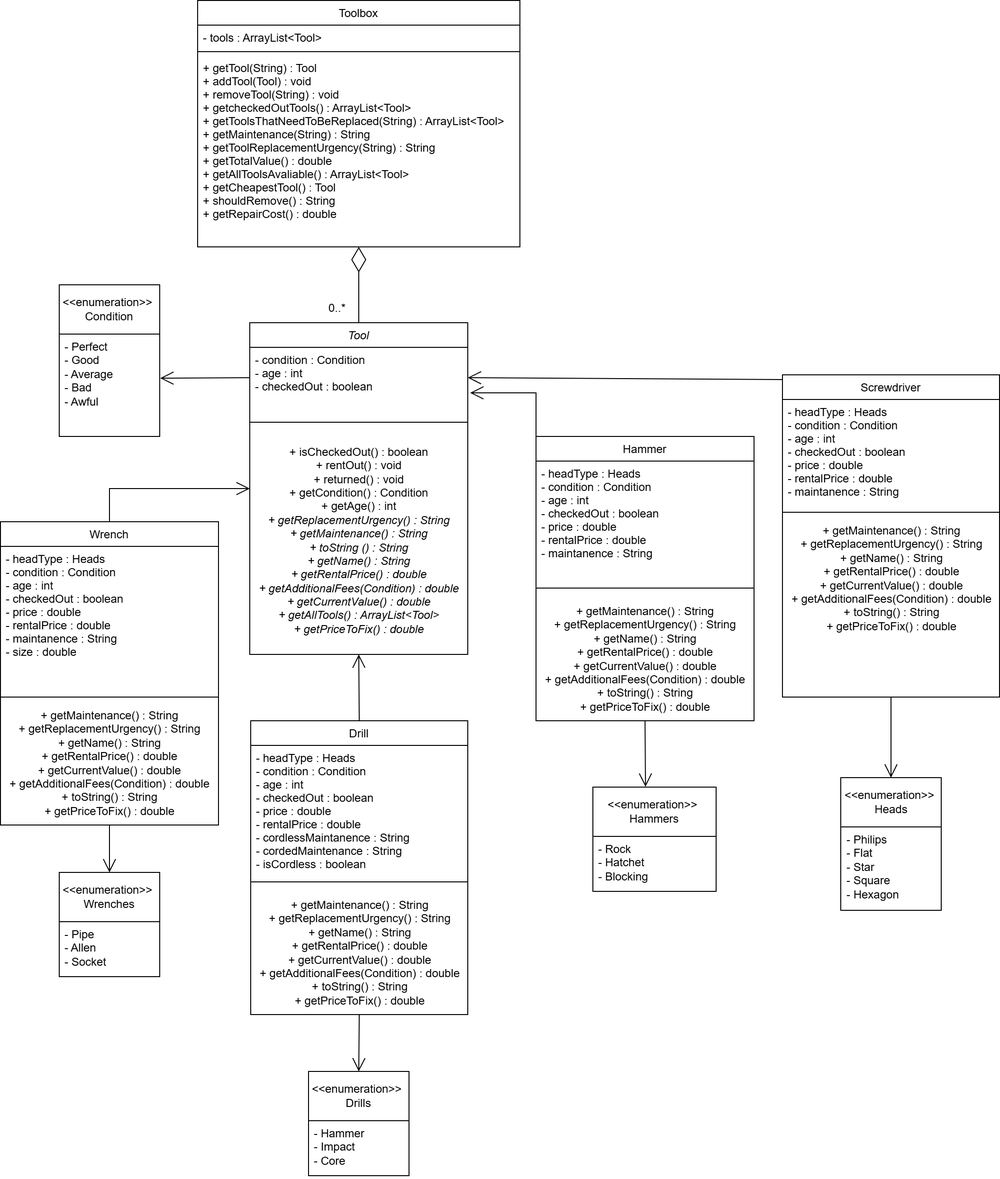
SACHSTech/2-14-oop-design-project-Preston-Wong keeps this draw.io diagram as src/Assignment/2-14-oop-design.drawio.png. Above is the earlier version. Source tidied: cells renumbered, new cells last; positions are measured from the earlier drawing's top-left corner, leaving out a move shared by most shapes.
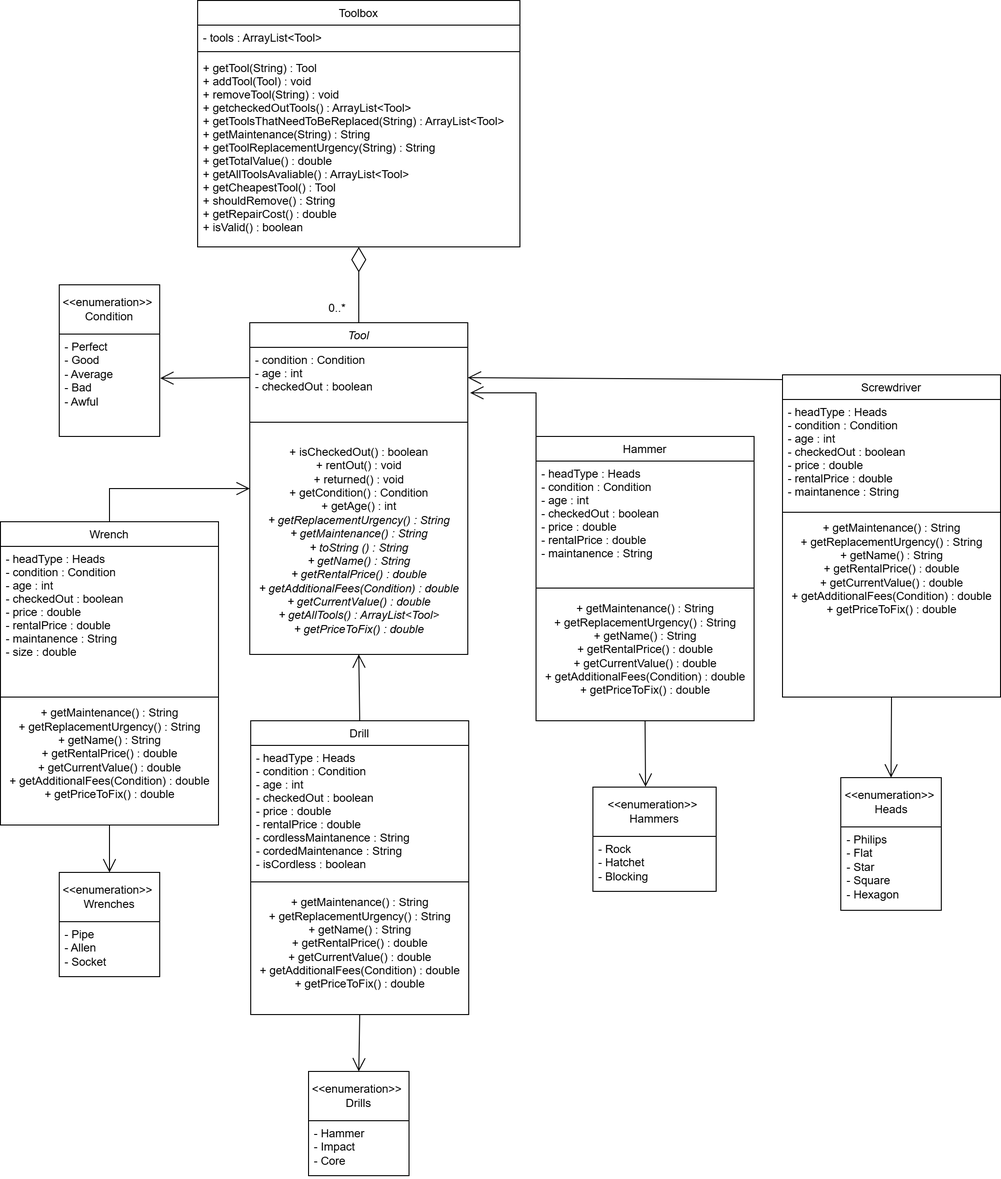
After the commit.

Commit message:
updated UML diagram and updated coding format

Diff of the diagram source:
```diff
@@ -11,7 +11,7 @@
     <mxCell id="4" style="line;html=1;strokeWidth=1;align=left;verticalAlign=middle;spacingTop=-1;spacingLeft=3;spacingRight=3;labelPosition=right;" parent="2" vertex="1">
       <mxGeometry y="50" width="340" height="8" as="geometry" />
     </mxCell>
-    <mxCell id="5" value="+ getTool(String) : Tool&#10;+ addTool(Tool) : void&#10;+ removeTool(String) : void&#10;+ getcheckedOutTools() : ArrayList&lt;Tool&gt;&#10;+ getToolsThatNeedToBeReplaced(String) : ArrayList&lt;Tool&gt;&#10;+ getMaintenance(String) : String&#10;+ getToolReplacementUrgency(String) : String&#10;+ getTotalValue() : double&#10;+ getAllToolsAvaliable() : ArrayList&lt;Tool&gt;&#10;+ getCheapestTool() : Tool&#10;+ shouldRemove() : String&#10;+ getRepairCost() : double" style="text;align=left;verticalAlign=top;spacingLeft=4;spacingRight=4;overflow=hidden;" parent="2" vertex="1">
+    <mxCell id="5" value="+ getTool(String) : Tool&#10;+ addTool(Tool) : void&#10;+ removeTool(String) : void&#10;+ getcheckedOutTools() : ArrayList&lt;Tool&gt;&#10;+ getToolsThatNeedToBeReplaced(String) : ArrayList&lt;Tool&gt;&#10;+ getMaintenance(String) : String&#10;+ getToolReplacementUrgency(String) : String&#10;+ getTotalValue() : double&#10;+ getAllToolsAvaliable() : ArrayList&lt;Tool&gt;&#10;+ getCheapestTool() : Tool&#10;+ shouldRemove() : String&#10;+ getRepairCost() : double&#10;+ isValid() : boolean" style="text;align=left;verticalAlign=top;spacingLeft=4;spacingRight=4;overflow=hidden;" parent="2" vertex="1">
       <mxGeometry y="58" width="340" height="202" as="geometry" />
     </mxCell>
     <mxCell id="6" value="Tool" style="swimlane;fontStyle=2;align=center;verticalAlign=top;horizontal=1;startSize=26;rounded=0;shadow=0;strokeWidth=1;" parent="1" vertex="1">
@@ -27,16 +27,16 @@
       <mxGeometry y="120" width="230" height="220" as="geometry" />
     </mxCell>
     <mxCell id="10" value="Screwdriver" style="swimlane;fontStyle=0;align=center;verticalAlign=top;horizontal=1;startSize=26;rounded=0;shadow=0;strokeWidth=1;" parent="1" vertex="1">
-      <mxGeometry x="825" y="395" width="229" height="340" as="geometry" />
+      <mxGeometry x="825" y="395" width="230" height="340" as="geometry" />
     </mxCell>
     <mxCell id="11" value="- headType : Heads&#10;- condition : Condition&#10;- age : int&#10;- checkedOut : boolean&#10;- price : double&#10;- rentalPrice : double&#10;- maintanence : String&#10;" style="text;align=left;verticalAlign=top;spacingLeft=4;spacingRight=4;overflow=hidden;points=[[0,0.5],[1,0.5]];portConstraint=eastwest;" parent="10" vertex="1">
-      <mxGeometry y="26" width="229" height="114" as="geometry" />
+      <mxGeometry y="26" width="230" height="114" as="geometry" />
     </mxCell>
     <mxCell id="12" style="line;html=1;strokeWidth=1;align=left;verticalAlign=middle;spacingTop=-1;spacingLeft=3;spacingRight=3;labelPosition=right;" parent="10" vertex="1">
-      <mxGeometry y="140" width="229" height="10" as="geometry" />
+      <mxGeometry y="140" width="230" height="10" as="geometry" />
     </mxCell>
-    <mxCell id="13" value="&lt;div&gt;+ getMaintenance() : String&lt;br&gt;&lt;div&gt;+ getReplacementUrgency() : String&lt;/div&gt;&lt;/div&gt;&lt;div&gt;+ getName() : String&lt;/div&gt;&lt;div&gt;&lt;span style=&quot;background-color: transparent; color: light-dark(rgb(0, 0, 0), rgb(255, 255, 255));&quot;&gt;+ getRentalPrice() : double&lt;/span&gt;&lt;/div&gt;&lt;div&gt;+ getCurrentValue() : double&lt;/div&gt;&lt;div&gt;+ getAdditionalFees(Condition) : double&lt;/div&gt;&lt;div&gt;+ toString() : String&lt;/div&gt;&lt;div&gt;+ getPriceToFix() : double&lt;/div&gt;" style="text;html=1;align=center;verticalAlign=middle;strokeColor=none;fillColor=none;" parent="10" vertex="1">
-      <mxGeometry y="150" width="229" height="130" as="geometry" />
+    <mxCell id="13" value="&lt;div&gt;+ getMaintenance() : String&lt;br&gt;&lt;div&gt;+ getReplacementUrgency() : String&lt;/div&gt;&lt;/div&gt;&lt;div&gt;+ getName() : String&lt;/div&gt;&lt;div&gt;&lt;span style=&quot;background-color: transparent; color: light-dark(rgb(0, 0, 0), rgb(255, 255, 255));&quot;&gt;+ getRentalPrice() : double&lt;/span&gt;&lt;/div&gt;&lt;div&gt;+ getCurrentValue() : double&lt;/div&gt;&lt;div&gt;+ getAdditionalFees(Condition) : double&lt;/div&gt;&lt;div&gt;&lt;span style=&quot;background-color: transparent; color: light-dark(rgb(0, 0, 0), rgb(255, 255, 255));&quot;&gt;+ getPriceToFix() : double&lt;/span&gt;&lt;/div&gt;" style="text;html=1;align=center;verticalAlign=middle;strokeColor=none;fillColor=none;" parent="10" vertex="1">
+      <mxGeometry y="150" width="230" height="110" as="geometry" />
     </mxCell>
     <mxCell id="14" value="Hammer" style="swimlane;fontStyle=0;align=center;verticalAlign=top;horizontal=1;startSize=26;rounded=0;shadow=0;strokeWidth=1;" parent="1" vertex="1">
       <mxGeometry x="565" y="460" width="230" height="300" as="geometry" />
@@ -47,8 +47,8 @@
     <mxCell id="16" style="line;html=1;strokeWidth=1;align=left;verticalAlign=middle;spacingTop=-1;spacingLeft=3;spacingRight=3;labelPosition=right;" parent="14" vertex="1">
       <mxGeometry y="150" width="230" height="20" as="geometry" />
     </mxCell>
-    <mxCell id="17" value="&lt;div&gt;+ getMaintenance() : String&lt;br&gt;&lt;div&gt;+ getReplacementUrgency() : String&lt;/div&gt;&lt;/div&gt;&lt;div&gt;+ getName() : String&lt;/div&gt;&lt;div&gt;+ getRentalPrice() : double&lt;/div&gt;&lt;div&gt;+ getCurrentValue() : double&lt;/div&gt;&lt;div&gt;+ getAdditionalFees(Condition) : double&lt;/div&gt;&lt;div&gt;+ toString() : String&lt;/div&gt;&lt;div&gt;+ getPriceToFix() : double&lt;/div&gt;" style="text;html=1;align=center;verticalAlign=middle;strokeColor=none;fillColor=none;" parent="14" vertex="1">
-      <mxGeometry y="170" width="230" height="130" as="geometry" />
+    <mxCell id="17" value="&lt;div&gt;+ getMaintenance() : String&lt;br&gt;&lt;div&gt;+ getReplacementUrgency() : String&lt;/div&gt;&lt;/div&gt;&lt;div&gt;+ getName() : String&lt;/div&gt;&lt;div&gt;+ getRentalPrice() : double&lt;/div&gt;&lt;div&gt;+ getCurrentValue() : double&lt;/div&gt;&lt;div&gt;+ getAdditionalFees(Condition) : double&lt;/div&gt;&lt;div&gt;+ getPriceToFix() : double&lt;/div&gt;" style="text;html=1;align=center;verticalAlign=middle;strokeColor=none;fillColor=none;" parent="14" vertex="1">
+      <mxGeometry y="170" width="230" height="110" as="geometry" />
     </mxCell>
     <mxCell id="18" style="endArrow=open;endFill=1;endSize=12;html=1;rounded=0;exitX=0;exitY=0.5;exitDx=0;exitDy=0;entryX=1;entryY=0.5;entryDx=0;entryDy=0;" parent="1" edge="1" source="11" target="7">
       <mxGeometry relative="1" as="geometry">
@@ -79,20 +79,20 @@
     <mxCell id="24" style="line;html=1;strokeWidth=1;align=left;verticalAlign=middle;spacingTop=-1;spacingLeft=3;spacingRight=3;labelPosition=right;" parent="22" vertex="1">
       <mxGeometry y="180" width="230" height="10" as="geometry" />
     </mxCell>
-    <mxCell id="25" value="&lt;div&gt;+ getMaintenance() : String&lt;br&gt;&lt;div&gt;+ getReplacementUrgency() : String&lt;/div&gt;&lt;/div&gt;&lt;div&gt;+ getName() : String&lt;/div&gt;&lt;div&gt;&lt;span style=&quot;background-color: transparent; color: light-dark(rgb(0, 0, 0), rgb(255, 255, 255));&quot;&gt;+ getRentalPrice() : double&lt;/span&gt;&lt;/div&gt;&lt;div&gt;+ getCurrentValue() : double&lt;/div&gt;&lt;div&gt;+ getAdditionalFees(Condition) : double&lt;/div&gt;&lt;div&gt;+ toString() : String&lt;br&gt;&lt;/div&gt;&lt;div&gt;+ getPriceToFix() : double&lt;/div&gt;" style="text;html=1;align=center;verticalAlign=middle;strokeColor=none;fillColor=none;" parent="22" vertex="1">
-      <mxGeometry y="190" width="230" height="130" as="geometry" />
+    <mxCell id="25" value="&lt;div&gt;+ getMaintenance() : String&lt;br&gt;&lt;div&gt;+ getReplacementUrgency() : String&lt;/div&gt;&lt;/div&gt;&lt;div&gt;+ getName() : String&lt;/div&gt;&lt;div&gt;&lt;span style=&quot;background-color: transparent; color: light-dark(rgb(0, 0, 0), rgb(255, 255, 255));&quot;&gt;+ getRentalPrice() : double&lt;/span&gt;&lt;/div&gt;&lt;div&gt;+ getCurrentValue() : double&lt;/div&gt;&lt;div&gt;+ getAdditionalFees(Condition) : double&lt;/div&gt;&lt;div&gt;&lt;span style=&quot;background-color: transparent; color: light-dark(rgb(0, 0, 0), rgb(255, 255, 255));&quot;&gt;+ getPriceToFix() : double&lt;/span&gt;&lt;/div&gt;" style="text;html=1;align=center;verticalAlign=middle;strokeColor=none;fillColor=none;" parent="22" vertex="1">
+      <mxGeometry y="190" width="230" height="110" as="geometry" />
     </mxCell>
     <mxCell id="26" value="Drill" style="swimlane;fontStyle=0;align=center;verticalAlign=top;horizontal=1;startSize=26;rounded=0;shadow=0;strokeWidth=1;" parent="1" vertex="1">
-      <mxGeometry x="264" y="760" width="229" height="310" as="geometry" />
+      <mxGeometry x="264" y="760" width="230" height="310" as="geometry" />
     </mxCell>
     <mxCell id="27" value="- headType : Heads&#10;- condition : Condition&#10;- age : int&#10;- checkedOut : boolean&#10;- price : double&#10;- rentalPrice : double&#10;- cordlessMaintanence : String&#10;- cordedMaintenance : String&#10;- isCordless : boolean&#10;&#10;&#10;" style="text;align=left;verticalAlign=top;spacingLeft=4;spacingRight=4;overflow=hidden;" parent="26" vertex="1">
-      <mxGeometry y="26" width="229" height="134" as="geometry" />
+      <mxGeometry y="26" width="230" height="134" as="geometry" />
     </mxCell>
     <mxCell id="28" style="line;html=1;strokeWidth=1;align=left;verticalAlign=middle;spacingTop=-1;spacingLeft=3;spacingRight=3;labelPosition=right;" parent="26" vertex="1">
-      <mxGeometry y="160" width="229" height="20" as="geometry" />
+      <mxGeometry y="160" width="230" height="20" as="geometry" />
     </mxCell>
-    <mxCell id="29" value="&lt;div&gt;+ getMaintenance() : String&lt;br&gt;&lt;div&gt;+ getReplacementUrgency() : String&lt;/div&gt;&lt;/div&gt;&lt;div&gt;+ getName() : String&lt;/div&gt;&lt;div&gt;+ getRentalPrice() : double&lt;/div&gt;&lt;div&gt;+ getCurrentValue() : double&lt;/div&gt;&lt;div&gt;+ getAdditionalFees(Condition) : double&lt;/div&gt;&lt;div&gt;+ toString() : String&lt;/div&gt;&lt;div&gt;+ getPriceToFix() : double&lt;/div&gt;" style="text;html=1;align=center;verticalAlign=middle;strokeColor=none;fillColor=none;" parent="26" vertex="1">
-      <mxGeometry y="180" width="229" height="130" as="geometry" />
+    <mxCell id="29" value="&lt;div&gt;+ getMaintenance() : String&lt;br&gt;&lt;div&gt;+ getReplacementUrgency() : String&lt;/div&gt;&lt;/div&gt;&lt;div&gt;+ getName() : String&lt;/div&gt;&lt;div&gt;+ getRentalPrice() : double&lt;/div&gt;&lt;div&gt;+ getCurrentValue() : double&lt;/div&gt;&lt;div&gt;+ getAdditionalFees(Condition) : double&lt;/div&gt;&lt;div&gt;+ getPriceToFix() : double&lt;/div&gt;" style="text;html=1;align=center;verticalAlign=middle;strokeColor=none;fillColor=none;" parent="26" vertex="1">
+      <mxGeometry y="180" width="230" height="110" as="geometry" />
     </mxCell>
     <mxCell id="30" style="endArrow=open;endFill=1;endSize=12;html=1;rounded=0;entryX=0.5;entryY=1;entryDx=0;entryDy=0;exitX=0.5;exitY=0;exitDx=0;exitDy=0;" parent="1" edge="1" source="26" target="6">
       <mxGeometry relative="1" as="geometry" />
```
